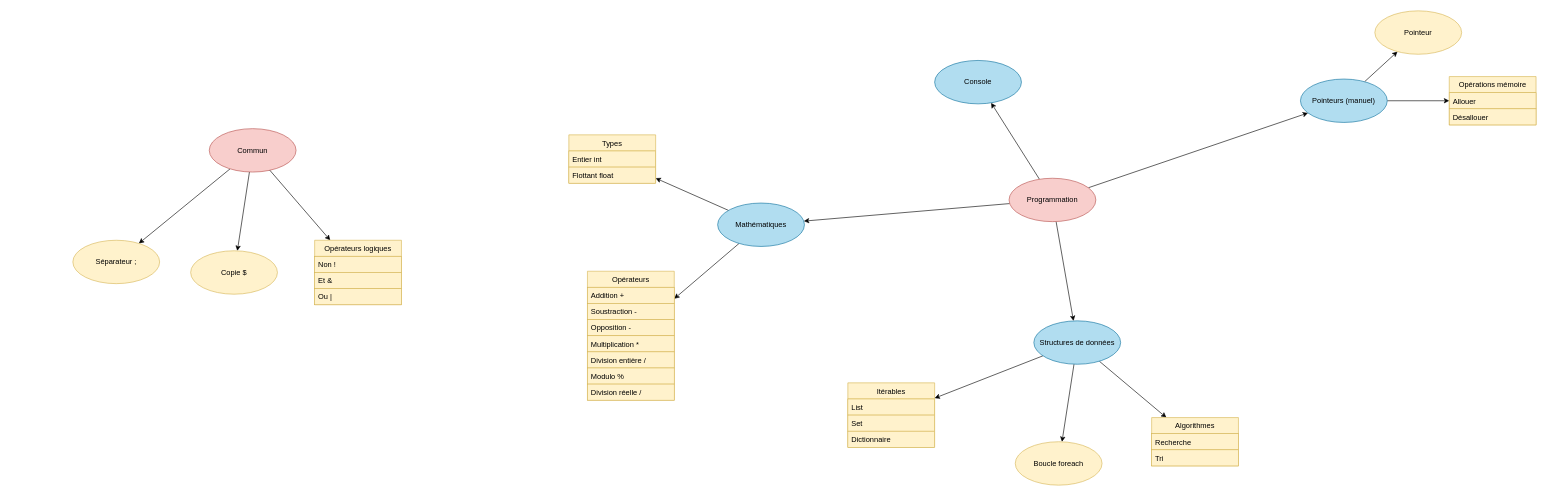
Oscardoras/Ouverium keeps this draw.io diagram as page "Librairy" (3 of 5) of UML/Formal Language.drawio. Above is the earlier version. Source tidied: cells renumbered, new cells numbered last; positions are measured from the earlier drawing's top-left corner, leaving out a move shared by most shapes. Both pictures are drawn from the tidied source at 62%, with x=0, y=0 at pixel (73, 11).
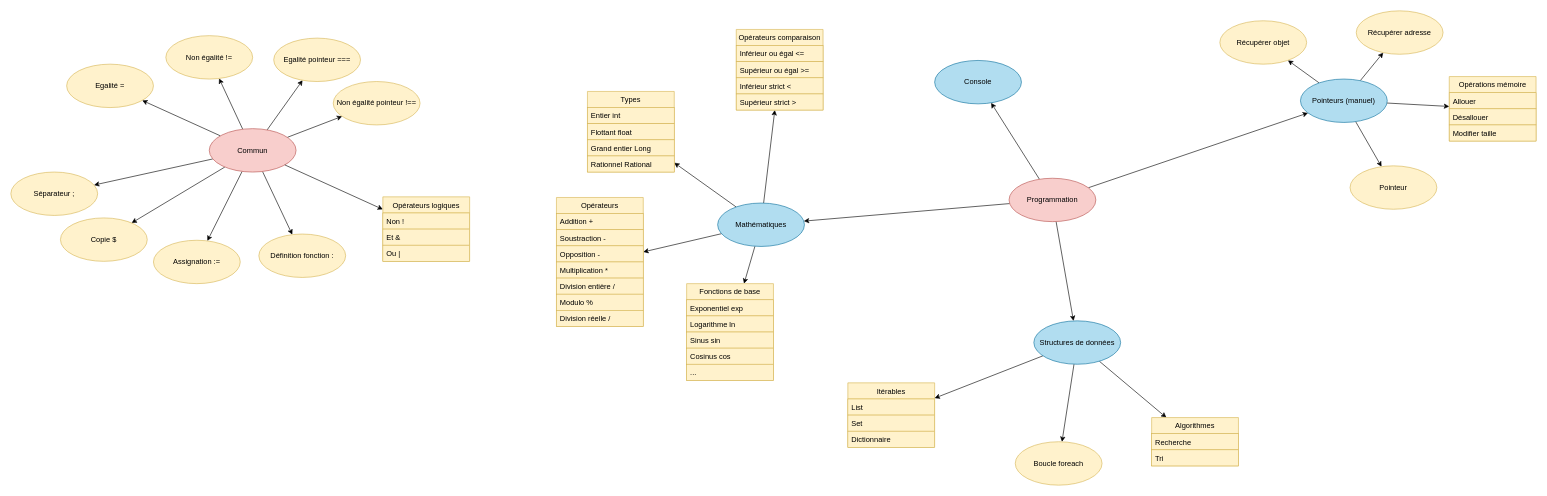
The same diagram, later.

The change refers to these unchanged cells:
```xml
<mxCell id="4" value="Commun" style="ellipse;whiteSpace=wrap;html=1;fillColor=#f8cecc;strokeColor=#b85450;fontColor=#000000;" parent="1" vertex="1">
  <mxGeometry x="220" y="190" width="140" height="70" as="geometry" />
</mxCell>
<mxCell id="15" value="Mathématiques" style="ellipse;whiteSpace=wrap;html=1;fillColor=#b1ddf0;strokeColor=#10739e;fontColor=#000000;" parent="1" vertex="1">
  <mxGeometry x="1040" y="310" width="140" height="70" as="geometry" />
</mxCell>
<mxCell id="38" value="Pointeurs (manuel)" style="ellipse;whiteSpace=wrap;html=1;fillColor=#b1ddf0;strokeColor=#10739e;fontColor=#000000;" parent="1" vertex="1">
  <mxGeometry x="1980" y="110" width="140" height="70" as="geometry" />
</mxCell>
```

What changed in the source:
```diff
@@
+    <mxCell id="51" style="edgeStyle=none;html=1;" parent="1" edge="1" source="4" target="64">
+      <mxGeometry relative="1" as="geometry" />
+    </mxCell>
+    <mxCell id="52" style="edgeStyle=none;html=1;" parent="1" edge="1" source="4" target="65">
+      <mxGeometry relative="1" as="geometry" />
+    </mxCell>
+    <mxCell id="53" style="edgeStyle=none;html=1;" parent="1" edge="1" source="15" target="66">
+      <mxGeometry relative="1" as="geometry" />
+    </mxCell>
+    <mxCell id="54" style="edgeStyle=none;html=1;" parent="1" edge="1" source="4" target="71">
+      <mxGeometry relative="1" as="geometry" />
+    </mxCell>
+    <mxCell id="55" style="edgeStyle=none;html=1;" parent="1" edge="1" source="4" target="72">
+      <mxGeometry relative="1" as="geometry" />
+    </mxCell>
+    <mxCell id="56" style="edgeStyle=none;html=1;" parent="1" edge="1" source="4" target="73">
+      <mxGeometry relative="1" as="geometry" />
+    </mxCell>
+    <mxCell id="57" style="edgeStyle=none;html=1;" parent="1" edge="1" source="4" target="74">
+      <mxGeometry relative="1" as="geometry" />
+    </mxCell>
@@
     <mxCell id="5" value="Séparateur ;" style="ellipse;whiteSpace=wrap;html=1;fillColor=#fff2cc;strokeColor=#d6b656;fontColor=#000000;" parent="1" vertex="1">
-      <mxGeometry y="370" width="140" height="70" as="geometry" />
+      <mxGeometry x="-100" y="260" width="140" height="70" as="geometry" />
     </mxCell>
@@
+    <mxCell id="58" style="edgeStyle=none;html=1;" parent="1" edge="1" source="15" target="75">
+      <mxGeometry relative="1" as="geometry" />
+    </mxCell>
@@
     <mxCell id="16" value="Types" style="swimlane;fontStyle=0;horizontal=1;startSize=26;fillColor=#fff2cc;strokeColor=#d6b656;fontColor=#000000;" parent="1" vertex="1">
-      <mxGeometry x="800" y="200" width="140" height="78" as="geometry" />
+      <mxGeometry x="830" y="130" width="140" height="130" as="geometry" />
     </mxCell>
@@
+    <mxCell id="59" value="Grand entier Long" style="text;strokeColor=#d6b656;fillColor=#fff2cc;align=left;verticalAlign=top;spacingLeft=4;spacingRight=4;overflow=hidden;fontColor=#000000;" parent="16" vertex="1">
+      <mxGeometry y="78" width="140" height="26" as="geometry" />
+    </mxCell>
+    <mxCell id="60" value="Rationnel Rational" style="text;strokeColor=#d6b656;fillColor=#fff2cc;align=left;verticalAlign=top;spacingLeft=4;spacingRight=4;overflow=hidden;fontColor=#000000;" parent="16" vertex="1">
+      <mxGeometry y="104" width="140" height="26" as="geometry" />
+    </mxCell>
     <mxCell id="19" value="Opérateurs" style="swimlane;fontStyle=0;horizontal=1;startSize=26;fillColor=#fff2cc;strokeColor=#d6b656;fontColor=#000000;" parent="1" vertex="1">
-      <mxGeometry x="830" y="420" width="140" height="208" as="geometry" />
+      <mxGeometry x="780" y="301" width="140" height="208" as="geometry" />
     </mxCell>
@@
     <mxCell id="27" value="Opérateurs logiques" style="swimlane;fontStyle=0;horizontal=1;startSize=26;fillColor=#fff2cc;strokeColor=#d6b656;fontColor=#000000;" parent="1" vertex="1">
-      <mxGeometry x="390" y="370" width="140" height="104" as="geometry" />
+      <mxGeometry x="500" y="300" width="140" height="104" as="geometry" />
     </mxCell>
@@
+    <mxCell id="61" style="edgeStyle=none;html=1;" parent="1" edge="1" source="38" target="81">
+      <mxGeometry relative="1" as="geometry" />
+    </mxCell>
+    <mxCell id="62" style="edgeStyle=none;html=1;" parent="1" edge="1" source="38" target="82">
+      <mxGeometry relative="1" as="geometry" />
+    </mxCell>
@@
     <mxCell id="39" value="Copie $" style="ellipse;whiteSpace=wrap;html=1;fillColor=#fff2cc;strokeColor=#d6b656;fontColor=#000000;" parent="1" vertex="1">
-      <mxGeometry x="190" y="387" width="140" height="70" as="geometry" />
+      <mxGeometry x="-20" y="334" width="140" height="70" as="geometry" />
     </mxCell>
     <mxCell id="40" value="Pointeur" style="ellipse;whiteSpace=wrap;html=1;fillColor=#fff2cc;strokeColor=#d6b656;fontColor=#000000;" parent="1" vertex="1">
-      <mxGeometry x="2100" width="140" height="70" as="geometry" />
+      <mxGeometry x="2060" y="250" width="140" height="70" as="geometry" />
     </mxCell>
     <mxCell id="41" value="Opérations mémoire" style="swimlane;fontStyle=0;horizontal=1;startSize=26;fillColor=#fff2cc;strokeColor=#d6b656;fontColor=#000000;" parent="1" vertex="1">
-      <mxGeometry x="2220" y="106" width="140" height="78" as="geometry" />
+      <mxGeometry x="2220" y="106" width="140" height="104" as="geometry" />
     </mxCell>
@@
+    <mxCell id="63" value="Modifier taille" style="text;strokeColor=#d6b656;fillColor=#fff2cc;align=left;verticalAlign=top;spacingLeft=4;spacingRight=4;overflow=hidden;fontColor=#000000;" parent="41" vertex="1">
+      <mxGeometry y="78" width="140" height="26" as="geometry" />
+    </mxCell>
@@
+    <mxCell id="64" value="Assignation :=" style="ellipse;whiteSpace=wrap;html=1;fillColor=#fff2cc;strokeColor=#d6b656;fontColor=#000000;" parent="1" vertex="1">
+      <mxGeometry x="130" y="370" width="140" height="70" as="geometry" />
+    </mxCell>
+    <mxCell id="65" value="Définition fonction :" style="ellipse;whiteSpace=wrap;html=1;fillColor=#fff2cc;strokeColor=#d6b656;fontColor=#000000;" parent="1" vertex="1">
+      <mxGeometry x="300" y="360" width="140" height="70" as="geometry" />
+    </mxCell>
+    <mxCell id="66" value="Opérateurs comparaison" style="swimlane;fontStyle=0;horizontal=1;startSize=26;fillColor=#fff2cc;strokeColor=#d6b656;fontColor=#000000;" parent="1" vertex="1">
+      <mxGeometry x="1070" y="30" width="140" height="130" as="geometry" />
+    </mxCell>
+    <mxCell id="67" value="Inférieur ou égal &lt;=" style="text;strokeColor=#d6b656;fillColor=#fff2cc;align=left;verticalAlign=top;spacingLeft=4;spacingRight=4;overflow=hidden;fontColor=#000000;" parent="66" vertex="1">
+      <mxGeometry y="26" width="140" height="26" as="geometry" />
+    </mxCell>
+    <mxCell id="68" value="Supérieur ou égal &gt;=" style="text;strokeColor=#d6b656;fillColor=#fff2cc;align=left;verticalAlign=top;spacingLeft=4;spacingRight=4;overflow=hidden;fontColor=#000000;" parent="66" vertex="1">
+      <mxGeometry y="52" width="140" height="26" as="geometry" />
+    </mxCell>
+    <mxCell id="69" value="Inférieur strict &lt;" style="text;strokeColor=#d6b656;fillColor=#fff2cc;align=left;verticalAlign=top;spacingLeft=4;spacingRight=4;overflow=hidden;fontColor=#000000;" parent="66" vertex="1">
+      <mxGeometry y="78" width="140" height="26" as="geometry" />
+    </mxCell>
+    <mxCell id="70" value="Supérieur strict &gt;" style="text;strokeColor=#d6b656;fillColor=#fff2cc;align=left;verticalAlign=top;spacingLeft=4;spacingRight=4;overflow=hidden;fontColor=#000000;" parent="66" vertex="1">
+      <mxGeometry y="104" width="140" height="26" as="geometry" />
+    </mxCell>
+    <mxCell id="71" value="Egalité =" style="ellipse;whiteSpace=wrap;html=1;fillColor=#fff2cc;strokeColor=#d6b656;fontColor=#000000;" parent="1" vertex="1">
+      <mxGeometry x="-10" y="86" width="140" height="70" as="geometry" />
+    </mxCell>
+    <mxCell id="72" value="Non égalité !=" style="ellipse;whiteSpace=wrap;html=1;fillColor=#fff2cc;strokeColor=#d6b656;fontColor=#000000;" parent="1" vertex="1">
+      <mxGeometry x="150" y="40" width="140" height="70" as="geometry" />
+    </mxCell>
+    <mxCell id="73" value="Egalité pointeur ===" style="ellipse;whiteSpace=wrap;html=1;fillColor=#fff2cc;strokeColor=#d6b656;fontColor=#000000;" parent="1" vertex="1">
+      <mxGeometry x="324" y="44" width="140" height="70" as="geometry" />
+    </mxCell>
+    <mxCell id="74" value="Non égalité pointeur !==" style="ellipse;whiteSpace=wrap;html=1;fillColor=#fff2cc;strokeColor=#d6b656;fontColor=#000000;" parent="1" vertex="1">
+      <mxGeometry x="420" y="114" width="140" height="70" as="geometry" />
+    </mxCell>
+    <mxCell id="75" value="Fonctions de base" style="swimlane;fontStyle=0;horizontal=1;startSize=26;fillColor=#fff2cc;strokeColor=#d6b656;fontColor=#000000;" parent="1" vertex="1">
+      <mxGeometry x="990" y="440" width="140" height="156" as="geometry" />
+    </mxCell>
+    <mxCell id="76" value="Exponentiel exp" style="text;strokeColor=#d6b656;fillColor=#fff2cc;align=left;verticalAlign=top;spacingLeft=4;spacingRight=4;overflow=hidden;fontColor=#000000;" parent="75" vertex="1">
+      <mxGeometry y="26" width="140" height="26" as="geometry" />
+    </mxCell>
+    <mxCell id="77" value="Logarithme ln" style="text;strokeColor=#d6b656;fillColor=#fff2cc;align=left;verticalAlign=top;spacingLeft=4;spacingRight=4;overflow=hidden;fontColor=#000000;" parent="75" vertex="1">
+      <mxGeometry y="52" width="140" height="26" as="geometry" />
+    </mxCell>
+    <mxCell id="78" value="Sinus sin" style="text;strokeColor=#d6b656;fillColor=#fff2cc;align=left;verticalAlign=top;spacingLeft=4;spacingRight=4;overflow=hidden;fontColor=#000000;" parent="75" vertex="1">
+      <mxGeometry y="78" width="140" height="26" as="geometry" />
+    </mxCell>
+    <mxCell id="79" value="Cosinus cos" style="text;strokeColor=#d6b656;fillColor=#fff2cc;align=left;verticalAlign=top;spacingLeft=4;spacingRight=4;overflow=hidden;fontColor=#000000;" parent="75" vertex="1">
+      <mxGeometry y="104" width="140" height="26" as="geometry" />
+    </mxCell>
+    <mxCell id="80" value="..." style="text;strokeColor=#d6b656;fillColor=#fff2cc;align=left;verticalAlign=top;spacingLeft=4;spacingRight=4;overflow=hidden;fontColor=#000000;" parent="75" vertex="1">
+      <mxGeometry y="130" width="140" height="26" as="geometry" />
+    </mxCell>
+    <mxCell id="81" value="Récupérer adresse" style="ellipse;whiteSpace=wrap;html=1;fillColor=#fff2cc;strokeColor=#d6b656;fontColor=#000000;" parent="1" vertex="1">
+      <mxGeometry x="2070" width="140" height="70" as="geometry" />
+    </mxCell>
+    <mxCell id="82" value="Récupérer objet" style="ellipse;whiteSpace=wrap;html=1;fillColor=#fff2cc;strokeColor=#d6b656;fontColor=#000000;" parent="1" vertex="1">
+      <mxGeometry x="1850" y="16" width="140" height="70" as="geometry" />
+    </mxCell>
```
